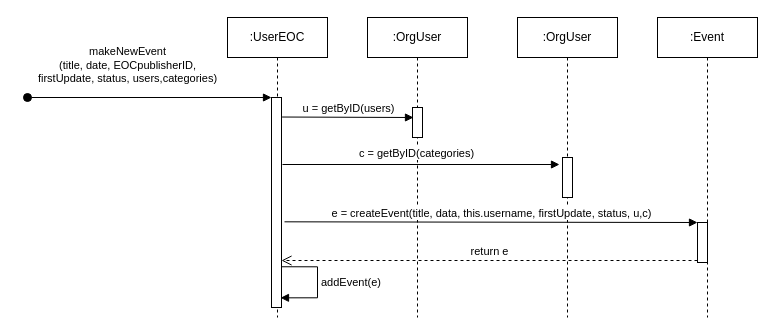
Earlier version of the draw.io diagram page "SSD- create event" (4 of 12) of Untitled Diagram.drawio (anastasiakova/nituz2). Source tidied: cells renumbered, new cells numbered last; positions are measured from the earlier drawing's top-left corner, leaving out a move shared by most shapes. Both pictures are drawn from the tidied source at 100%, with x=0, y=0 at pixel (27, 17).
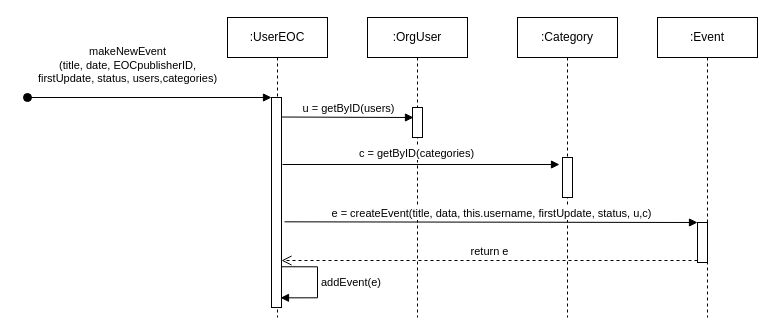
The same page after the edit.

Diff of the diagram source:
```diff
@@
-    <mxCell id="9" value=":OrgUser" style="shape=umlLifeline;perimeter=lifelinePerimeter;whiteSpace=wrap;html=1;" parent="1" vertex="1">
+    <mxCell id="9" value=":Category" style="shape=umlLifeline;perimeter=lifelinePerimeter;whiteSpace=wrap;html=1;" parent="1" vertex="1">
       <mxGeometry x="490" width="100" height="300" as="geometry" />
     </mxCell>
```
